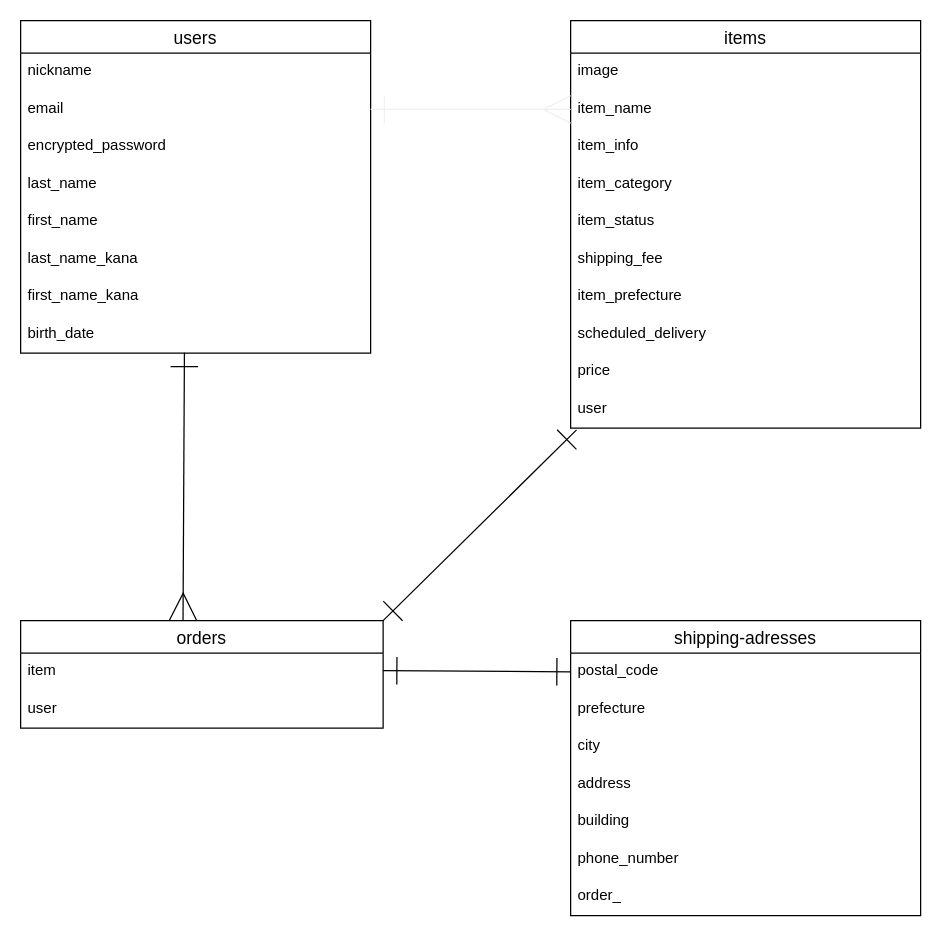
Before: er.dio in asmotk/furima-35045, a draw.io diagram. Source tidied: cells renumbered, new cells numbered last; positions are measured from the earlier drawing's top-left corner, leaving out a move shared by most shapes. Both pictures are drawn from the tidied source at 125%, with x=0, y=0 at pixel (20, 20).
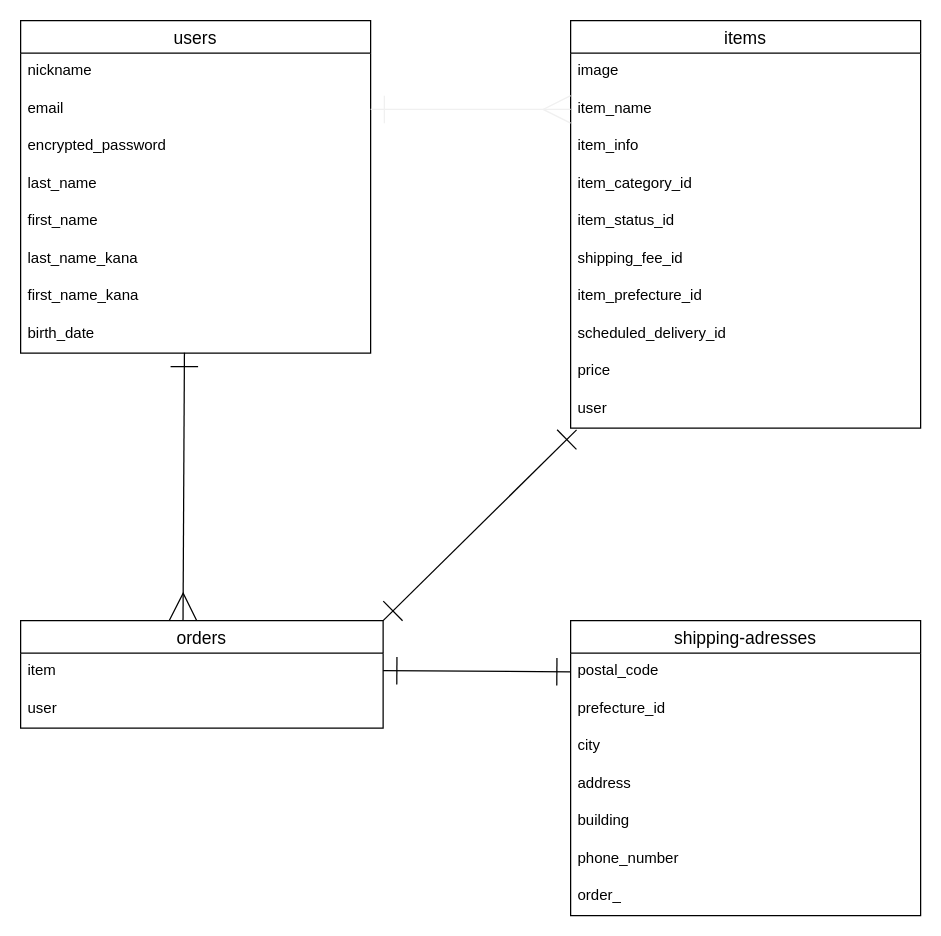
Above is the later version.

Commit message (it also covers changes not shown here):
データベース設計の修正2

Unchanged cells that the change refers to:
```xml
<mxCell id="11" value="items" style="swimlane;fontStyle=0;horizontal=1;startSize=26;align=center;fontSize=14;" parent="1" vertex="1">
  <mxGeometry x="440" width="280" height="326" as="geometry" />
</mxCell>
<mxCell id="22" value="shipping-adresses" style="swimlane;fontStyle=0;horizontal=1;startSize=26;align=center;fontSize=14;" parent="1" vertex="1">
  <mxGeometry x="440" y="480" width="280" height="236" as="geometry" />
</mxCell>
```

What changed in the source:
```diff
@@
-    <mxCell id="15" value="item_category" style="text;strokeColor=none;fillColor=none;spacingLeft=4;spacingRight=4;overflow=hidden;fontSize=12;" parent="11" vertex="1">
+    <mxCell id="15" value="item_category_id" style="text;strokeColor=none;fillColor=none;spacingLeft=4;spacingRight=4;overflow=hidden;fontSize=12;" parent="11" vertex="1">
       <mxGeometry y="116" width="280" height="30" as="geometry" />
     </mxCell>
-    <mxCell id="16" value="item_status" style="text;strokeColor=none;fillColor=none;spacingLeft=4;spacingRight=4;overflow=hidden;fontSize=12;" parent="11" vertex="1">
+    <mxCell id="16" value="item_status_id" style="text;strokeColor=none;fillColor=none;spacingLeft=4;spacingRight=4;overflow=hidden;fontSize=12;" parent="11" vertex="1">
       <mxGeometry y="146" width="280" height="30" as="geometry" />
     </mxCell>
-    <mxCell id="17" value="shipping_fee" style="text;strokeColor=none;fillColor=none;spacingLeft=4;spacingRight=4;overflow=hidden;fontSize=12;" parent="11" vertex="1">
+    <mxCell id="17" value="shipping_fee_id" style="text;strokeColor=none;fillColor=none;spacingLeft=4;spacingRight=4;overflow=hidden;fontSize=12;" parent="11" vertex="1">
       <mxGeometry y="176" width="280" height="30" as="geometry" />
     </mxCell>
-    <mxCell id="18" value="item_prefecture" style="text;strokeColor=none;fillColor=none;spacingLeft=4;spacingRight=4;overflow=hidden;fontSize=12;" parent="11" vertex="1">
+    <mxCell id="18" value="item_prefecture_id" style="text;strokeColor=none;fillColor=none;spacingLeft=4;spacingRight=4;overflow=hidden;fontSize=12;" parent="11" vertex="1">
       <mxGeometry y="206" width="280" height="30" as="geometry" />
     </mxCell>
-    <mxCell id="19" value="scheduled_delivery" style="text;strokeColor=none;fillColor=none;spacingLeft=4;spacingRight=4;overflow=hidden;fontSize=12;" parent="11" vertex="1">
+    <mxCell id="19" value="scheduled_delivery_id" style="text;strokeColor=none;fillColor=none;spacingLeft=4;spacingRight=4;overflow=hidden;fontSize=12;" parent="11" vertex="1">
       <mxGeometry y="236" width="280" height="30" as="geometry" />
     </mxCell>
@@
-    <mxCell id="24" value="prefecture" style="text;strokeColor=none;fillColor=none;spacingLeft=4;spacingRight=4;overflow=hidden;fontSize=12;" parent="22" vertex="1">
+    <mxCell id="24" value="prefecture_id" style="text;strokeColor=none;fillColor=none;spacingLeft=4;spacingRight=4;overflow=hidden;fontSize=12;" parent="22" vertex="1">
       <mxGeometry y="56" width="280" height="30" as="geometry" />
     </mxCell>
```
